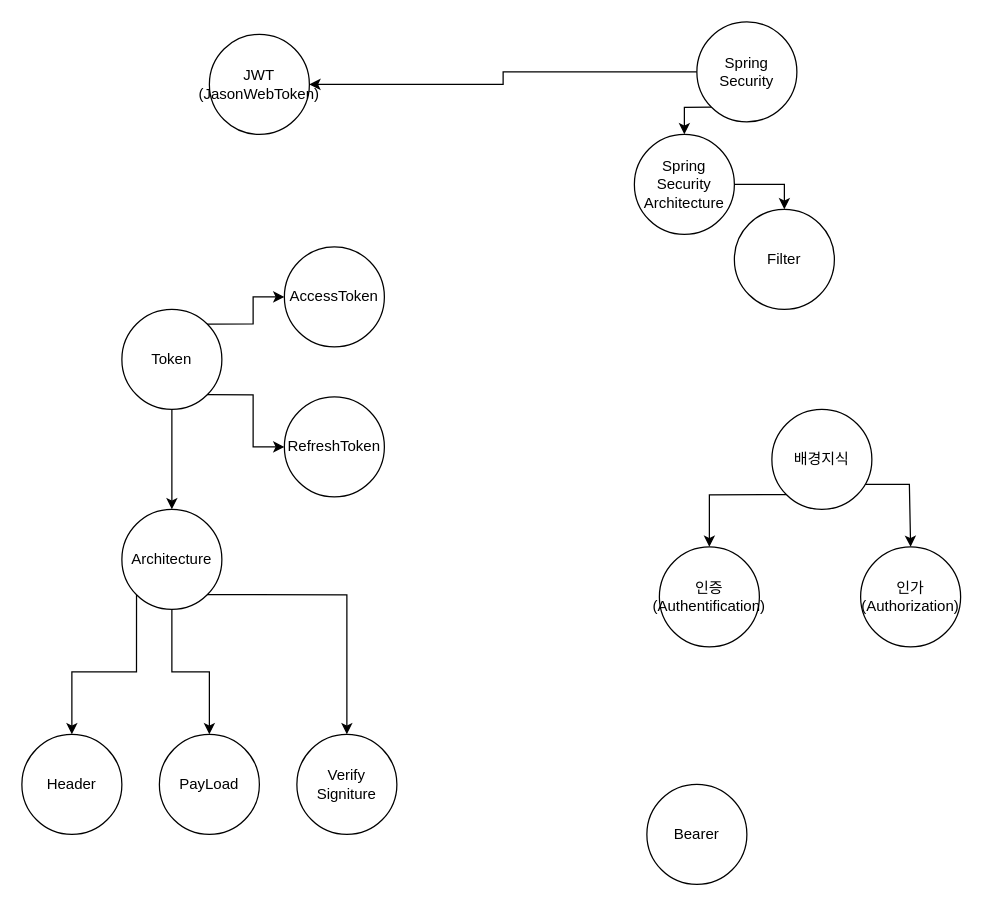
Before: JWT.drawio in HJC96/Study, a draw.io diagram. Source tidied: cells renumbered, new cells numbered last; positions are measured from the earlier drawing's top-left corner, leaving out a move shared by most shapes. Both pictures are drawn from the tidied source at 125%, with x=0, y=0 at pixel (21, 21).
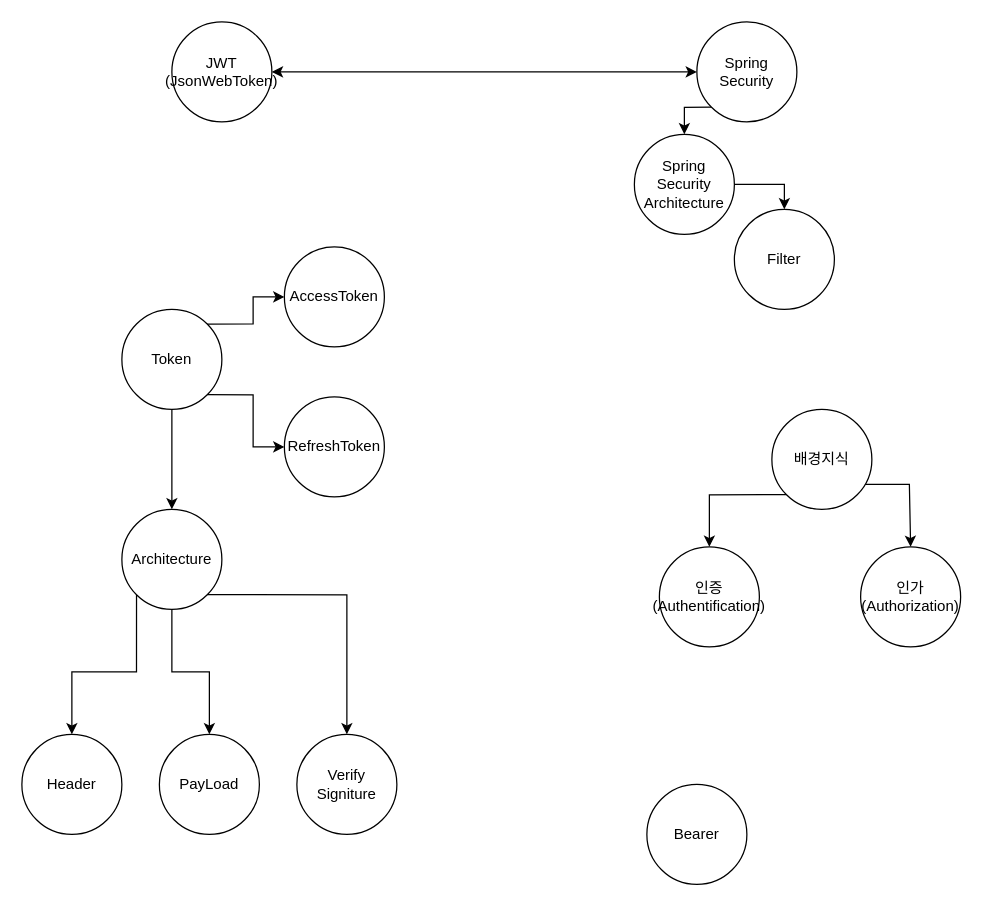
After the change.

Unchanged cells that the change refers to:
```xml
<mxCell id="5" value="Spring Security" style="ellipse;whiteSpace=wrap;html=1;" parent="1" vertex="1">
  <mxGeometry x="540" width="80" height="80" as="geometry" />
</mxCell>
```

Diff of the diagram source:
```diff
@@
-    <mxCell id="2" value="JWT&lt;br&gt;(JasonWebToken)" style="ellipse;whiteSpace=wrap;html=1;" parent="1" vertex="1">
-      <mxGeometry x="150" y="10" width="80" height="80" as="geometry" />
+    <mxCell id="2" value="JWT&lt;br&gt;(JsonWebToken)" style="ellipse;whiteSpace=wrap;html=1;" parent="1" vertex="1">
+      <mxGeometry x="120" width="80" height="80" as="geometry" />
     </mxCell>
@@
-    <mxCell id="4" style="edgeStyle=orthogonalEdgeStyle;rounded=0;jettySize=auto;html=1;exitX=0;exitY=0.5;exitDx=0;exitDy=0;entryX=1;entryY=0.5;entryDx=0;entryDy=0;" parent="1" edge="1" source="5" target="2">
-      <mxGeometry relative="1" as="geometry" />
-    </mxCell>
@@
+    <mxCell id="28" style="endArrow=classic;startArrow=classic;html=1;rounded=0;entryX=0;entryY=0.5;entryDx=0;entryDy=0;exitX=1;exitY=0.5;exitDx=0;exitDy=0;" parent="1" edge="1" source="2" target="5">
+      <mxGeometry relative="1" as="geometry" />
+    </mxCell>
```
